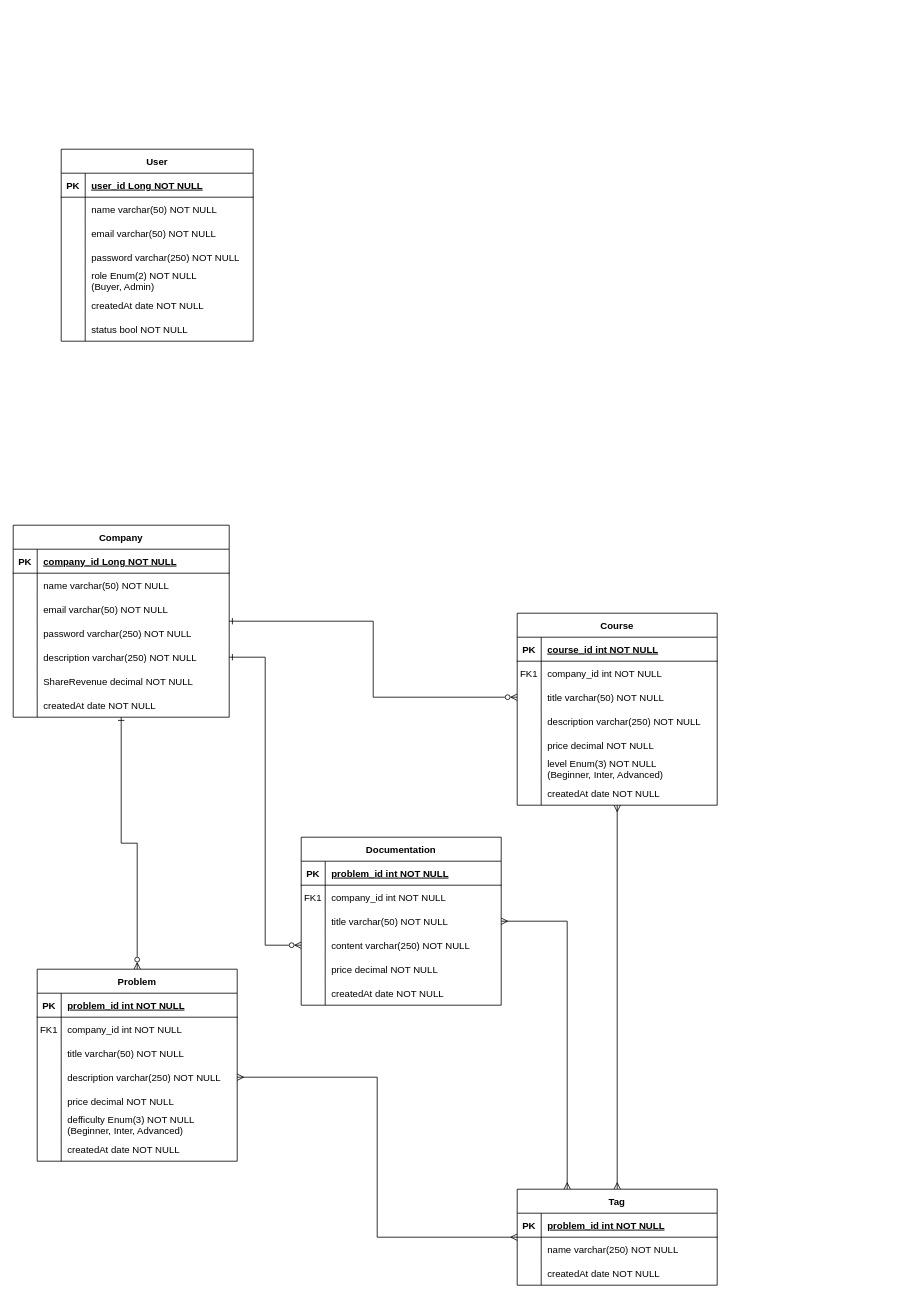
The draw.io diagram Untitled Diagram.drawio in Hansil-Chapadiya/java-training-bacancy, before the edit. Source tidied: cells renumbered, new cells numbered last; positions are measured from the earlier drawing's top-left corner, leaving out a move shared by most shapes. Both pictures are drawn from the tidied source at 80%, with x=0, y=0 at pixel (13, 149).
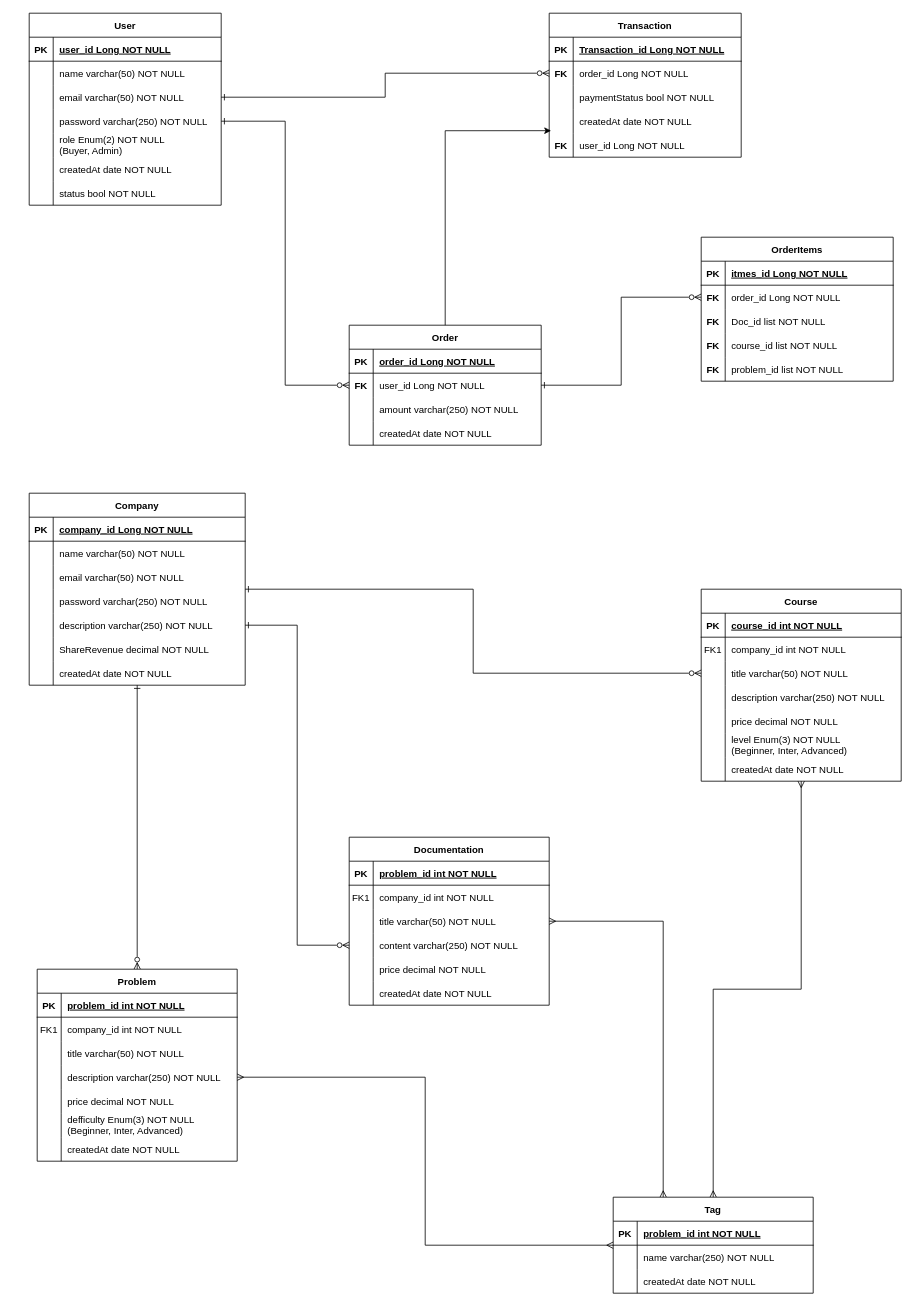
The same page after the edit.

The change refers to these unchanged cells:
```xml
<mxCell id="32" style="shape=partialRectangle;fillColor=none;points=[[0,0.5],[1,0.5]];portConstraint=eastwest;top=0;left=0;right=0;bottom=0;" parent="25" vertex="1">
  <mxGeometry y="90" width="240" height="30" as="geometry" />
</mxCell>
<mxCell id="35" style="shape=partialRectangle;fillColor=none;points=[[0,0.5],[1,0.5]];portConstraint=eastwest;top=0;left=0;right=0;bottom=0;" parent="25" vertex="1">
  <mxGeometry y="120" width="240" height="30" as="geometry" />
</mxCell>
```

The edit, as a diff of the source:
```diff
@@
     <mxCell id="3" value="Course" style="shape=table;startSize=30;childLayout=tableLayout;rowLines=0;fontStyle=1;align=center;" parent="1" vertex="1">
-      <mxGeometry x="630" y="580" width="250" height="240" as="geometry" />
+      <mxGeometry x="860" y="550" width="250" height="240" as="geometry" />
     </mxCell>
@@
     <mxCell id="25" value="User" style="shape=table;startSize=30;childLayout=tableLayout;rowLines=0;fontStyle=1;align=center;" parent="1" vertex="1">
-      <mxGeometry x="60" width="240" height="240" as="geometry" />
+      <mxGeometry x="20" y="-170" width="240" height="240" as="geometry" />
     </mxCell>
@@
     <mxCell id="49" value="Company" style="shape=table;startSize=30;childLayout=tableLayout;rowLines=0;fontStyle=1;align=center;" parent="1" vertex="1">
-      <mxGeometry y="470" width="270" height="240" as="geometry" />
+      <mxGeometry x="20" y="430" width="270" height="240" as="geometry" />
     </mxCell>
@@
     <mxCell id="94" value="Documentation" style="shape=table;startSize=30;childLayout=tableLayout;rowLines=0;fontStyle=1;align=center;" parent="1" vertex="1">
-      <mxGeometry x="360" y="860" width="250" height="210" as="geometry" />
+      <mxGeometry x="420" y="860" width="250" height="210" as="geometry" />
     </mxCell>
@@
     <mxCell id="114" value="Tag" style="shape=table;startSize=30;childLayout=tableLayout;rowLines=0;fontStyle=1;align=center;" parent="1" vertex="1">
-      <mxGeometry x="630" y="1300" width="250" height="120" as="geometry" />
+      <mxGeometry x="750" y="1310" width="250" height="120" as="geometry" />
     </mxCell>
@@
+    <mxCell id="125" value="Order" style="shape=table;startSize=30;childLayout=tableLayout;rowLines=0;fontStyle=1;align=center;" parent="1" vertex="1">
+      <mxGeometry x="420" y="220" width="240" height="150" as="geometry" />
+    </mxCell>
+    <mxCell id="126" style="shape=partialRectangle;fillColor=none;top=0;left=0;right=0;bottom=1;" parent="125" vertex="1">
+      <mxGeometry y="30" width="240" height="30" as="geometry" />
+    </mxCell>
+    <mxCell id="127" value="PK" style="shape=partialRectangle;overflow=hidden;fillColor=none;top=0;left=0;bottom=0;right=0;fontStyle=1;" parent="126" vertex="1">
+      <mxGeometry width="30" height="30" as="geometry" />
+    </mxCell>
+    <mxCell id="128" value="order_id Long NOT NULL " style="shape=partialRectangle;overflow=hidden;fillColor=none;top=0;left=0;bottom=0;right=0;align=left;spacingLeft=6;fontStyle=5;" parent="126" vertex="1">
+      <mxGeometry x="30" width="210" height="30" as="geometry" />
+    </mxCell>
+    <mxCell id="129" style="shape=partialRectangle;fillColor=none;points=[[0,0.5],[1,0.5]];portConstraint=eastwest;top=0;left=0;right=0;bottom=0;" parent="125" vertex="1">
+      <mxGeometry y="60" width="240" height="30" as="geometry" />
+    </mxCell>
+    <mxCell id="130" value="FK" style="shape=partialRectangle;overflow=hidden;fillColor=none;top=0;left=0;bottom=0;right=0;fontStyle=1;" parent="129" vertex="1">
+      <mxGeometry width="30" height="30" as="geometry" />
+    </mxCell>
+    <mxCell id="131" value="user_id Long NOT NULL" style="shape=partialRectangle;overflow=hidden;fillColor=none;top=0;left=0;bottom=0;right=0;align=left;spacingLeft=6;" parent="129" vertex="1">
+      <mxGeometry x="30" width="210" height="30" as="geometry" />
+    </mxCell>
+    <mxCell id="132" style="shape=partialRectangle;fillColor=none;top=0;left=0;right=0;bottom=0;" parent="125" vertex="1">
+      <mxGeometry y="90" width="240" height="30" as="geometry" />
+    </mxCell>
+    <mxCell id="133" style="shape=partialRectangle;overflow=hidden;fillColor=none;top=0;left=0;bottom=0;right=0;" parent="132" vertex="1">
+      <mxGeometry width="30" height="30" as="geometry" />
+    </mxCell>
+    <mxCell id="134" value="amount varchar(250) NOT NULL" style="shape=partialRectangle;overflow=hidden;fillColor=none;top=0;left=0;bottom=0;right=0;align=left;spacingLeft=6;" parent="132" vertex="1">
+      <mxGeometry x="30" width="210" height="30" as="geometry" />
+    </mxCell>
+    <mxCell id="135" style="shape=partialRectangle;fillColor=none;top=0;left=0;right=0;bottom=0;" parent="125" vertex="1">
+      <mxGeometry y="120" width="240" height="30" as="geometry" />
+    </mxCell>
+    <mxCell id="136" style="shape=partialRectangle;overflow=hidden;fillColor=none;top=0;left=0;bottom=0;right=0;" parent="135" vertex="1">
+      <mxGeometry width="30" height="30" as="geometry" />
+    </mxCell>
+    <mxCell id="137" value="createdAt date NOT NULL" style="shape=partialRectangle;overflow=hidden;fillColor=none;top=0;left=0;bottom=0;right=0;align=left;spacingLeft=6;" parent="135" vertex="1">
+      <mxGeometry x="30" width="210" height="30" as="geometry" />
+    </mxCell>
+    <mxCell id="138" style="edgeStyle=orthogonalEdgeStyle;rounded=0;jettySize=auto;html=1;exitX=1;exitY=0.5;exitDx=0;exitDy=0;entryX=0;entryY=0.5;entryDx=0;entryDy=0;startArrow=ERone;startFill=0;endArrow=ERzeroToMany;endFill=0;" parent="1" edge="1" source="35" target="129">
+      <mxGeometry relative="1" as="geometry" />
+    </mxCell>
+    <mxCell id="139" value="OrderItems" style="shape=table;startSize=30;childLayout=tableLayout;rowLines=0;fontStyle=1;align=center;" parent="1" vertex="1">
+      <mxGeometry x="860" y="110" width="240" height="180" as="geometry" />
+    </mxCell>
+    <mxCell id="140" style="shape=partialRectangle;fillColor=none;top=0;left=0;right=0;bottom=1;" parent="139" vertex="1">
+      <mxGeometry y="30" width="240" height="30" as="geometry" />
+    </mxCell>
+    <mxCell id="141" value="PK" style="shape=partialRectangle;overflow=hidden;fillColor=none;top=0;left=0;bottom=0;right=0;fontStyle=1;" parent="140" vertex="1">
+      <mxGeometry width="30" height="30" as="geometry" />
+    </mxCell>
+    <mxCell id="142" value="itmes_id Long NOT NULL " style="shape=partialRectangle;overflow=hidden;fillColor=none;top=0;left=0;bottom=0;right=0;align=left;spacingLeft=6;fontStyle=5;" parent="140" vertex="1">
+      <mxGeometry x="30" width="210" height="30" as="geometry" />
+    </mxCell>
+    <mxCell id="143" style="shape=partialRectangle;fillColor=none;points=[[0,0.5],[1,0.5]];portConstraint=eastwest;top=0;left=0;right=0;bottom=0;" parent="139" vertex="1">
+      <mxGeometry y="60" width="240" height="30" as="geometry" />
+    </mxCell>
+    <mxCell id="144" value="FK" style="shape=partialRectangle;overflow=hidden;fillColor=none;top=0;left=0;bottom=0;right=0;fontStyle=1;" parent="143" vertex="1">
+      <mxGeometry width="30" height="30" as="geometry" />
+    </mxCell>
+    <mxCell id="145" value="order_id Long NOT NULL" style="shape=partialRectangle;overflow=hidden;fillColor=none;top=0;left=0;bottom=0;right=0;align=left;spacingLeft=6;" parent="143" vertex="1">
+      <mxGeometry x="30" width="210" height="30" as="geometry" />
+    </mxCell>
+    <mxCell id="146" style="shape=partialRectangle;fillColor=none;top=0;left=0;right=0;bottom=0;" parent="139" vertex="1">
+      <mxGeometry y="90" width="240" height="30" as="geometry" />
+    </mxCell>
+    <mxCell id="147" value="FK" style="shape=partialRectangle;overflow=hidden;fillColor=none;top=0;left=0;bottom=0;right=0;fontStyle=1;" parent="146" vertex="1">
+      <mxGeometry width="30" height="30" as="geometry" />
+    </mxCell>
+    <mxCell id="148" value="Doc_id list NOT NULL" style="shape=partialRectangle;overflow=hidden;fillColor=none;top=0;left=0;bottom=0;right=0;align=left;spacingLeft=6;" parent="146" vertex="1">
+      <mxGeometry x="30" width="210" height="30" as="geometry" />
+    </mxCell>
+    <mxCell id="149" style="shape=partialRectangle;fillColor=none;top=0;left=0;right=0;bottom=0;" parent="139" vertex="1">
+      <mxGeometry y="120" width="240" height="30" as="geometry" />
+    </mxCell>
+    <mxCell id="150" value="FK" style="shape=partialRectangle;overflow=hidden;fillColor=none;top=0;left=0;bottom=0;right=0;fontStyle=1;" parent="149" vertex="1">
+      <mxGeometry width="30" height="30" as="geometry" />
+    </mxCell>
+    <mxCell id="151" value="course_id list NOT NULL" style="shape=partialRectangle;overflow=hidden;fillColor=none;top=0;left=0;bottom=0;right=0;align=left;spacingLeft=6;" parent="149" vertex="1">
+      <mxGeometry x="30" width="210" height="30" as="geometry" />
+    </mxCell>
+    <mxCell id="152" style="shape=partialRectangle;fillColor=none;top=0;left=0;right=0;bottom=0;" parent="139" vertex="1">
+      <mxGeometry y="150" width="240" height="30" as="geometry" />
+    </mxCell>
+    <mxCell id="153" value="FK" style="shape=partialRectangle;overflow=hidden;fillColor=none;top=0;left=0;bottom=0;right=0;fontStyle=1;" parent="152" vertex="1">
+      <mxGeometry width="30" height="30" as="geometry" />
+    </mxCell>
+    <mxCell id="154" value="problem_id list NOT NULL" style="shape=partialRectangle;overflow=hidden;fillColor=none;top=0;left=0;bottom=0;right=0;align=left;spacingLeft=6;" parent="152" vertex="1">
+      <mxGeometry x="30" width="210" height="30" as="geometry" />
+    </mxCell>
+    <mxCell id="155" style="edgeStyle=orthogonalEdgeStyle;rounded=0;jettySize=auto;html=1;exitX=1;exitY=0.5;exitDx=0;exitDy=0;entryX=0;entryY=0.5;entryDx=0;entryDy=0;startArrow=ERone;startFill=0;endArrow=ERzeroToMany;endFill=0;" parent="1" edge="1" source="129" target="143">
+      <mxGeometry relative="1" as="geometry" />
+    </mxCell>
+    <mxCell id="156" value="Transaction" style="shape=table;startSize=30;childLayout=tableLayout;rowLines=0;fontStyle=1;align=center;" parent="1" vertex="1">
+      <mxGeometry x="670" y="-170" width="240" height="180" as="geometry" />
+    </mxCell>
+    <mxCell id="157" style="shape=partialRectangle;fillColor=none;top=0;left=0;right=0;bottom=1;" parent="156" vertex="1">
+      <mxGeometry y="30" width="240" height="30" as="geometry" />
+    </mxCell>
+    <mxCell id="158" value="PK" style="shape=partialRectangle;overflow=hidden;fillColor=none;top=0;left=0;bottom=0;right=0;fontStyle=1;" parent="157" vertex="1">
+      <mxGeometry width="30" height="30" as="geometry" />
+    </mxCell>
+    <mxCell id="159" value="Transaction_id Long NOT NULL " style="shape=partialRectangle;overflow=hidden;fillColor=none;top=0;left=0;bottom=0;right=0;align=left;spacingLeft=6;fontStyle=5;" parent="157" vertex="1">
+      <mxGeometry x="30" width="210" height="30" as="geometry" />
+    </mxCell>
+    <mxCell id="160" style="shape=partialRectangle;fillColor=none;points=[[0,0.5],[1,0.5]];portConstraint=eastwest;top=0;left=0;right=0;bottom=0;" parent="156" vertex="1">
+      <mxGeometry y="60" width="240" height="30" as="geometry" />
+    </mxCell>
+    <mxCell id="161" value="FK" style="shape=partialRectangle;overflow=hidden;fillColor=none;top=0;left=0;bottom=0;right=0;fontStyle=1;" parent="160" vertex="1">
+      <mxGeometry width="30" height="30" as="geometry" />
+    </mxCell>
+    <mxCell id="162" value="order_id Long NOT NULL" style="shape=partialRectangle;overflow=hidden;fillColor=none;top=0;left=0;bottom=0;right=0;align=left;spacingLeft=6;" parent="160" vertex="1">
+      <mxGeometry x="30" width="210" height="30" as="geometry" />
+    </mxCell>
+    <mxCell id="163" style="shape=partialRectangle;fillColor=none;top=0;left=0;right=0;bottom=0;" parent="156" vertex="1">
+      <mxGeometry y="90" width="240" height="30" as="geometry" />
+    </mxCell>
+    <mxCell id="164" style="shape=partialRectangle;overflow=hidden;fillColor=none;top=0;left=0;bottom=0;right=0;fontStyle=1;" parent="163" vertex="1">
+      <mxGeometry width="30" height="30" as="geometry" />
+    </mxCell>
+    <mxCell id="165" value="paymentStatus bool NOT NULL" style="shape=partialRectangle;overflow=hidden;fillColor=none;top=0;left=0;bottom=0;right=0;align=left;spacingLeft=6;" parent="163" vertex="1">
+      <mxGeometry x="30" width="210" height="30" as="geometry" />
+    </mxCell>
+    <mxCell id="166" style="shape=partialRectangle;fillColor=none;top=0;left=0;right=0;bottom=0;" parent="156" vertex="1">
+      <mxGeometry y="120" width="240" height="30" as="geometry" />
+    </mxCell>
+    <mxCell id="167" style="shape=partialRectangle;overflow=hidden;fillColor=none;top=0;left=0;bottom=0;right=0;fontStyle=1;" parent="166" vertex="1">
+      <mxGeometry width="30" height="30" as="geometry" />
+    </mxCell>
+    <mxCell id="168" value="createdAt date NOT NULL" style="shape=partialRectangle;overflow=hidden;fillColor=none;top=0;left=0;bottom=0;right=0;align=left;spacingLeft=6;" parent="166" vertex="1">
+      <mxGeometry x="30" width="210" height="30" as="geometry" />
+    </mxCell>
+    <mxCell id="169" style="shape=partialRectangle;fillColor=none;points=[[0,0.5],[1,0.5]];portConstraint=eastwest;top=0;left=0;right=0;bottom=0;" parent="156" vertex="1">
+      <mxGeometry y="150" width="240" height="30" as="geometry" />
+    </mxCell>
+    <mxCell id="170" value="FK" style="shape=partialRectangle;overflow=hidden;fillColor=none;top=0;left=0;bottom=0;right=0;fontStyle=1;" parent="169" vertex="1">
+      <mxGeometry width="30" height="30" as="geometry" />
+    </mxCell>
+    <mxCell id="171" value="user_id Long NOT NULL" style="shape=partialRectangle;overflow=hidden;fillColor=none;top=0;left=0;bottom=0;right=0;align=left;spacingLeft=6;" parent="169" vertex="1">
+      <mxGeometry x="30" width="210" height="30" as="geometry" />
+    </mxCell>
+    <mxCell id="172" style="edgeStyle=orthogonalEdgeStyle;rounded=0;jettySize=auto;html=1;exitX=1;exitY=0.5;exitDx=0;exitDy=0;entryX=0;entryY=0.5;entryDx=0;entryDy=0;startArrow=ERone;startFill=0;endArrow=ERzeroToMany;endFill=0;" parent="1" edge="1" source="32" target="160">
+      <mxGeometry relative="1" as="geometry" />
+    </mxCell>
+    <mxCell id="173" style="edgeStyle=orthogonalEdgeStyle;rounded=0;jettySize=auto;html=1;exitX=0.5;exitY=0;exitDx=0;exitDy=0;entryX=0.01;entryY=-0.105;entryDx=0;entryDy=0;entryPerimeter=0;" parent="1" edge="1" source="125" target="169">
+      <mxGeometry relative="1" as="geometry" />
+    </mxCell>
```
